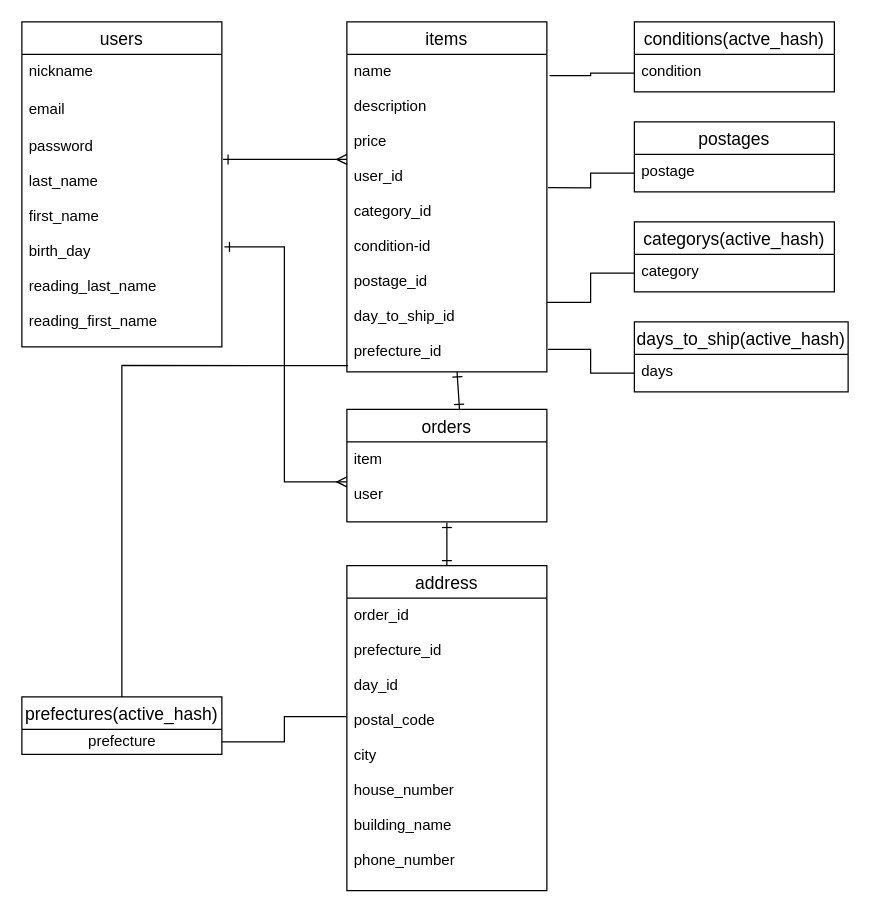
Earlier version of the draw.io diagram er.dio (maradonamania/furima-36256). Source tidied: cells renumbered, new cells numbered last; positions are measured from the earlier drawing's top-left corner, leaving out a move shared by most shapes. Both pictures are drawn from the tidied source at 125%, with x=0, y=0 at pixel (21, 21).
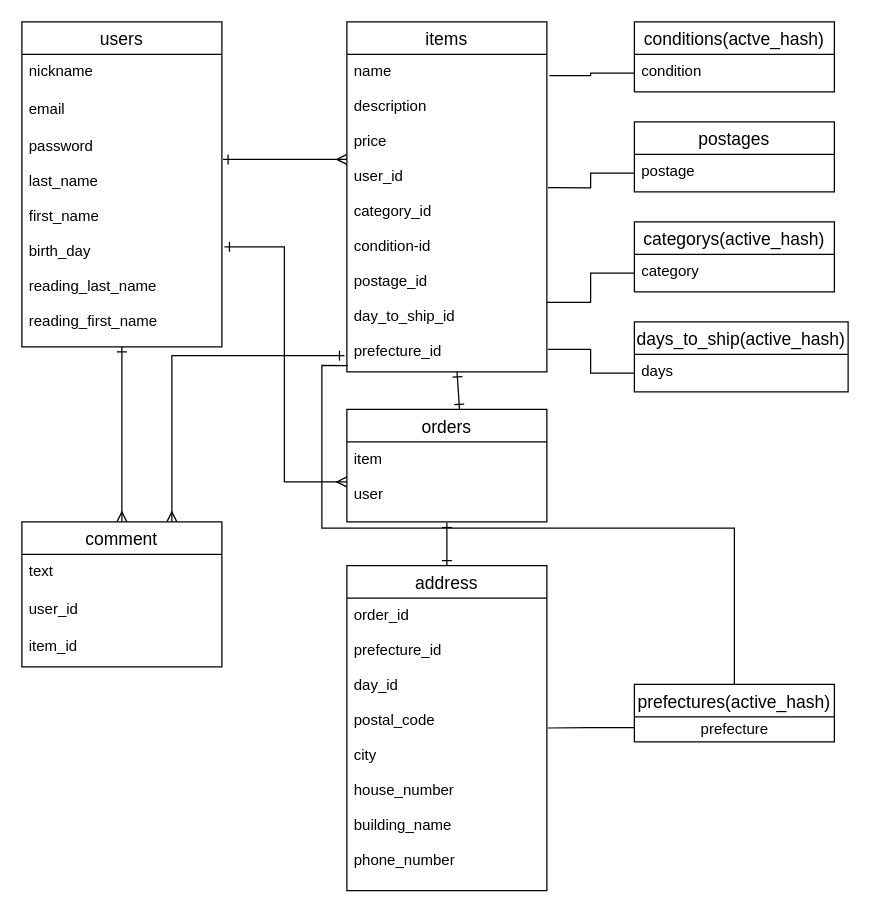
The same page after the edit.

Commit message (it also covers changes not shown here):
REDME,ER図の編集

Unchanged cells that the change refers to:
```xml
<mxCell id="5" value="password&#10;&#10;last_name&#10;&#10;first_name&#10;&#10;birth_day&#10;&#10;reading_last_name&#10;&#10;reading_first_name&#10;" style="text;strokeColor=none;fillColor=none;spacingLeft=4;spacingRight=4;overflow=hidden;points=[[0,0.5],[1,0.5]];portConstraint=eastwest;fontSize=12;" parent="2" vertex="1">
  <mxGeometry y="86" width="160" height="174" as="geometry" />
</mxCell>
<mxCell id="7" value="name&#10;&#10;description&#10;&#10;price&#10;&#10;user_id&#10;&#10;category_id&#10;&#10;condition-id&#10;&#10;postage_id&#10;&#10;day_to_ship_id&#10;&#10;prefecture_id&#10;" style="text;strokeColor=none;fillColor=none;spacingLeft=4;spacingRight=4;overflow=hidden;points=[[0,0.5],[1,0.5]];portConstraint=eastwest;fontSize=12;" parent="6" vertex="1">
  <mxGeometry y="26" width="160" height="254" as="geometry" />
</mxCell>
<mxCell id="13" value="order_id&#10;&#10;prefecture_id&#10;&#10;day_id&#10;&#10;postal_code&#10;&#10;city&#10;&#10;house_number&#10;&#10;building_name&#10;&#10;phone_number&#10;" style="text;strokeColor=none;fillColor=none;spacingLeft=4;spacingRight=4;overflow=hidden;points=[[0,0.5],[1,0.5]];portConstraint=eastwest;fontSize=12;" parent="12" vertex="1">
  <mxGeometry y="26" width="160" height="234" as="geometry" />
</mxCell>
<mxCell id="17" value="prefecture" style="text;html=1;align=center;verticalAlign=middle;points=[];strokeColor=none;" parent="16" vertex="1">
  <mxGeometry y="26" width="160" height="20" as="geometry" />
</mxCell>
```

The edit, as a diff of the source:
```diff
@@
+    <mxCell id="32" style="edgeStyle=orthogonalEdgeStyle;rounded=0;jettySize=auto;html=1;exitX=0;exitY=0.75;exitDx=0;exitDy=0;entryX=1.006;entryY=0.444;entryDx=0;entryDy=0;entryPerimeter=0;endArrow=none;endFill=0;" parent="1" edge="1" source="16" target="13">
+      <mxGeometry relative="1" as="geometry" />
+    </mxCell>
     <mxCell id="16" value="prefectures(active_hash)" style="swimlane;fontStyle=0;horizontal=1;startSize=26;align=center;fontSize=14;" parent="1" vertex="1">
-      <mxGeometry y="540" width="160" height="46" as="geometry" />
+      <mxGeometry x="490" y="530" width="160" height="46" as="geometry" />
     </mxCell>
@@
-    <mxCell id="27" style="edgeStyle=orthogonalEdgeStyle;rounded=0;jettySize=auto;html=1;entryX=0;entryY=0.405;entryDx=0;entryDy=0;entryPerimeter=0;endArrow=none;endFill=0;" parent="1" edge="1" source="17" target="13">
-      <mxGeometry relative="1" as="geometry" />
-    </mxCell>
@@
+    <mxCell id="33" style="edgeStyle=orthogonalEdgeStyle;rounded=0;jettySize=auto;html=1;exitX=0.5;exitY=0;exitDx=0;exitDy=0;entryX=0.5;entryY=1;entryDx=0;entryDy=0;entryPerimeter=0;endArrow=ERone;endFill=0;startArrow=ERmany;startFill=0;" parent="1" edge="1" source="35" target="5">
+      <mxGeometry relative="1" as="geometry" />
+    </mxCell>
+    <mxCell id="34" style="edgeStyle=orthogonalEdgeStyle;rounded=0;jettySize=auto;html=1;exitX=0.75;exitY=0;exitDx=0;exitDy=0;entryX=-0.012;entryY=0.949;entryDx=0;entryDy=0;entryPerimeter=0;endArrow=ERone;endFill=0;startArrow=ERmany;startFill=0;" parent="1" edge="1" source="35" target="7">
+      <mxGeometry relative="1" as="geometry" />
+    </mxCell>
+    <mxCell id="35" value="comment" style="swimlane;fontStyle=0;horizontal=1;startSize=26;align=center;fontSize=14;" parent="1" vertex="1">
+      <mxGeometry y="400" width="160" height="116" as="geometry" />
+    </mxCell>
+    <mxCell id="36" value="text" style="text;strokeColor=none;fillColor=none;spacingLeft=4;spacingRight=4;overflow=hidden;fontSize=12;" parent="35" vertex="1">
+      <mxGeometry y="26" width="160" height="30" as="geometry" />
+    </mxCell>
+    <mxCell id="37" value="user_id" style="text;strokeColor=none;fillColor=none;spacingLeft=4;spacingRight=4;overflow=hidden;fontSize=12;" parent="35" vertex="1">
+      <mxGeometry y="56" width="160" height="30" as="geometry" />
+    </mxCell>
+    <mxCell id="38" value="item_id" style="text;strokeColor=none;fillColor=none;spacingLeft=4;spacingRight=4;overflow=hidden;fontSize=12;" parent="35" vertex="1">
+      <mxGeometry y="86" width="160" height="30" as="geometry" />
+    </mxCell>
```
